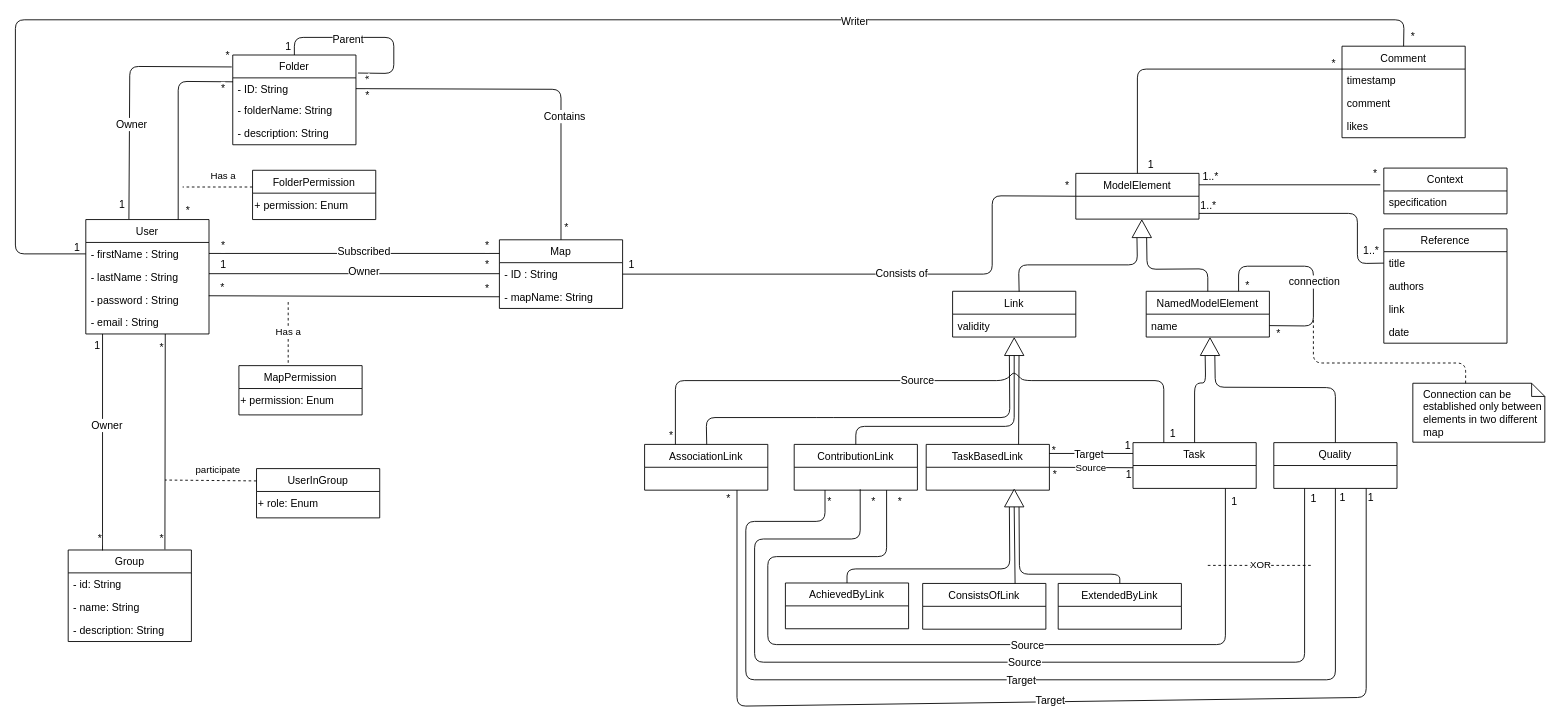
The draw.io diagram Class_Diagram.drawio in ilayFriedman/finalProject, before the edit. Source tidied: cells renumbered, new cells numbered last; positions are measured from the earlier drawing's top-left corner, leaving out a move shared by most shapes. Both pictures are drawn from the tidied source at 88%, with x=0, y=0 at pixel (15, 19).
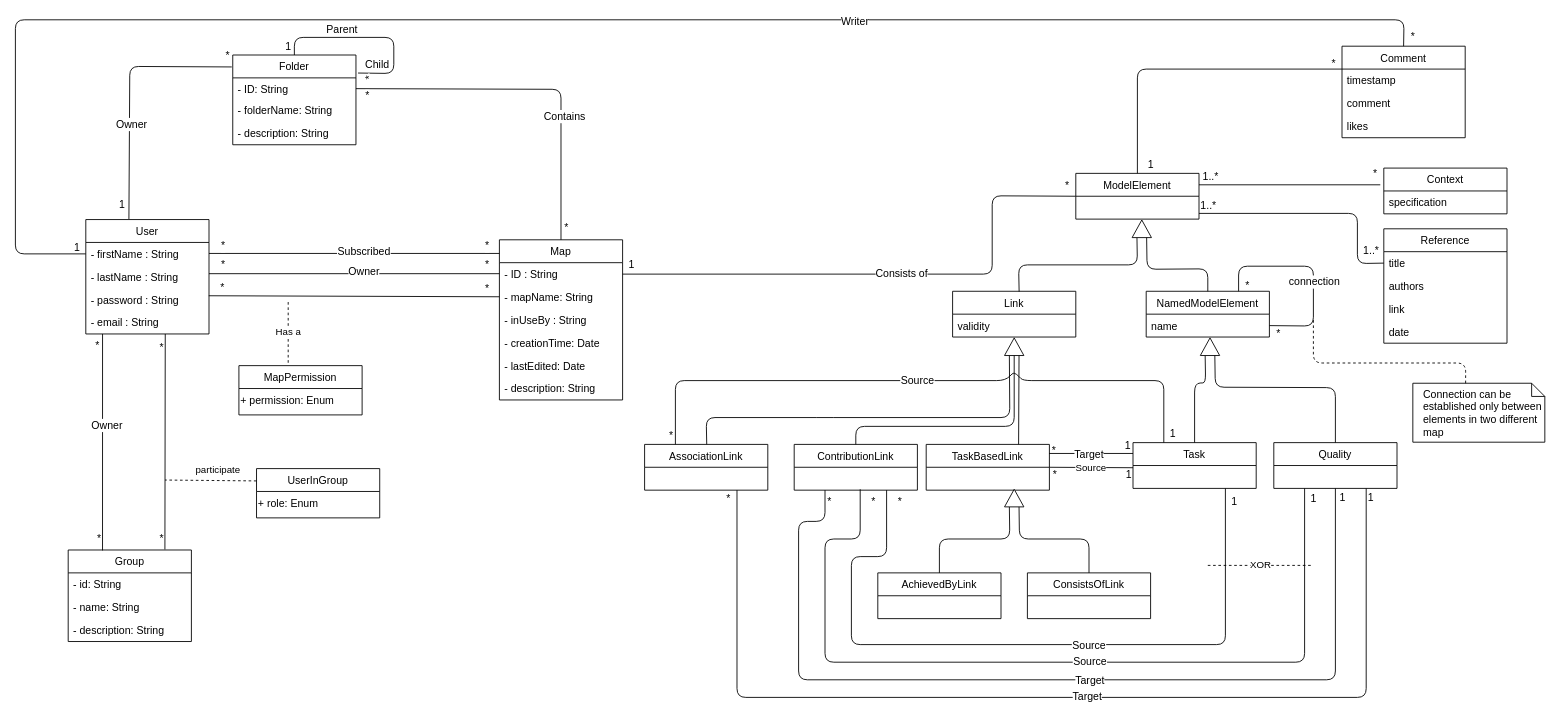
The same page after the edit.

Unchanged cells that the change refers to:
```xml
<mxCell id="2" value="User" style="swimlane;fontStyle=0;horizontal=1;startSize=26;fillColor=none;" parent="1" vertex="1">
  <mxGeometry x="80" y="227" width="140" height="130" as="geometry" />
</mxCell>
<mxCell id="17" value="- ID: String&#10;" style="text;strokeColor=none;fillColor=none;align=left;verticalAlign=top;spacingLeft=4;spacingRight=4;overflow=hidden;points=[[0,0.5],[1,0.5]];portConstraint=eastwest;" parent="16" vertex="1">
  <mxGeometry y="26" width="140" height="24" as="geometry" />
</mxCell>
<mxCell id="34" style="endArrow=none;html=1;entryX=1.017;entryY=0.201;entryDx=0;entryDy=0;exitX=0.5;exitY=0;exitDx=0;exitDy=0;entryPerimeter=0;" parent="1" edge="1" source="16" target="16">
  <mxGeometry relative="1" as="geometry">
    <Array as="points">
      <mxPoint x="317" y="20" />
      <mxPoint x="430" y="20" />
      <mxPoint x="430" y="61" />
    </Array>
  </mxGeometry>
</mxCell>
<mxCell id="75" value="Task" style="swimlane;fontStyle=0;horizontal=1;startSize=26;fillColor=none;" parent="1" vertex="1">
  <mxGeometry x="1270" y="480.5" width="140" height="52" as="geometry" />
</mxCell>
<mxCell id="76" value="Quality" style="swimlane;fontStyle=0;horizontal=1;startSize=26;fillColor=none;" parent="1" vertex="1">
  <mxGeometry x="1430" y="480.5" width="140" height="52" as="geometry" />
</mxCell>
<mxCell id="85" value="AssociationLink" style="swimlane;fontStyle=0;horizontal=1;startSize=26;fillColor=none;" parent="1" vertex="1">
  <mxGeometry x="715" y="482.5" width="140" height="52" as="geometry" />
</mxCell>
<mxCell id="86" value="ContributionLink" style="swimlane;fontStyle=0;horizontal=1;startSize=26;fillColor=none;" parent="1" vertex="1">
  <mxGeometry x="885" y="482.5" width="140" height="52" as="geometry" />
</mxCell>
<mxCell id="92" style="triangle;whiteSpace=wrap;html=1;rotation=-90;" parent="1" vertex="1">
  <mxGeometry x="1125" y="532.5" width="20" height="22" as="geometry" />
</mxCell>
```

Change to the diagram source:
```diff
@@
     <mxCell id="7" value="Map" style="swimlane;fontStyle=0;horizontal=1;startSize=26;fillColor=none;" parent="1" vertex="1">
-      <mxGeometry x="550" y="250" width="140" height="78" as="geometry" />
+      <mxGeometry x="550" y="250" width="140" height="182" as="geometry" />
     </mxCell>
@@
+    <mxCell id="149" value="- inUseBy : String" style="text;strokeColor=none;fillColor=none;align=left;verticalAlign=top;spacingLeft=4;spacingRight=4;overflow=hidden;" parent="7" vertex="1">
+      <mxGeometry y="78" width="140" height="26" as="geometry" />
+    </mxCell>
+    <mxCell id="150" value="- creationTime: Date" style="text;strokeColor=none;fillColor=none;align=left;verticalAlign=top;spacingLeft=4;spacingRight=4;overflow=hidden;" parent="7" vertex="1">
+      <mxGeometry y="104" width="140" height="26" as="geometry" />
+    </mxCell>
+    <mxCell id="151" value="- lastEdited: Date" style="text;strokeColor=none;fillColor=none;align=left;verticalAlign=top;spacingLeft=4;spacingRight=4;overflow=hidden;" parent="7" vertex="1">
+      <mxGeometry y="130" width="140" height="26" as="geometry" />
+    </mxCell>
+    <mxCell id="152" value="- description: String" style="text;strokeColor=none;fillColor=none;align=left;verticalAlign=top;spacingLeft=4;spacingRight=4;overflow=hidden;" parent="7" vertex="1">
+      <mxGeometry y="156" width="140" height="26" as="geometry" />
+    </mxCell>
@@
-    <mxCell id="22" value="FolderPermission" style="swimlane;fontStyle=0;horizontal=1;startSize=26;fillColor=none;" parent="1" vertex="1">
-      <mxGeometry x="269.5" y="171" width="140" height="56" as="geometry" />
-    </mxCell>
-    <mxCell id="23" value="+ permission: Enum" style="text;html=1;" parent="22" vertex="1">
-      <mxGeometry y="26" width="140" height="30" as="geometry" />
-    </mxCell>
@@
     <mxCell id="35" value="Parent" style="text;html=1;align=center;verticalAlign=middle;labelBackgroundColor=#ffffff;" parent="34" vertex="1">
-      <mxGeometry x="-0.25" y="-2" relative="1" as="geometry" />
+      <mxGeometry x="-0.25" y="-2" relative="1" as="geometry">
+        <mxPoint x="-7" y="-12" as="offset" />
+      </mxGeometry>
     </mxCell>
@@
-    <mxCell id="38" style="endArrow=none;html=1;exitX=0.75;exitY=0;exitDx=0;exitDy=0;entryX=0.002;entryY=0.186;entryDx=0;entryDy=0;entryPerimeter=0;" parent="1" edge="1" source="2" target="17">
-      <mxGeometry relative="1" as="geometry">
-        <Array as="points">
-          <mxPoint x="185" y="70" />
-        </Array>
-      </mxGeometry>
-    </mxCell>
-    <mxCell id="39" value="Has a" style="endArrow=none;dashed=1;html=1;" parent="1" edge="1">
-      <mxGeometry x="-0.15" y="-13" relative="1" as="geometry">
-        <mxPoint x="269.5" y="190" as="sourcePoint" />
-        <mxPoint x="190" y="190" as="targetPoint" />
-      </mxGeometry>
-    </mxCell>
@@
-    <mxCell id="45" value="*" style="text;html=1;align=center;verticalAlign=middle;labelBackgroundColor=#ffffff;" parent="1" vertex="1">
-      <mxGeometry x="229.9" y="91" as="geometry">
-        <mxPoint x="5.5" y="-13.5" as="offset" />
-      </mxGeometry>
-    </mxCell>
-    <mxCell id="46" value="*" style="text;html=1;align=center;verticalAlign=middle;labelBackgroundColor=#ffffff;" parent="1" vertex="1">
-      <mxGeometry x="189.9" y="230" as="geometry">
-        <mxPoint x="5.5" y="-13.5" as="offset" />
-      </mxGeometry>
-    </mxCell>
@@
-    <mxCell id="54" value="1" style="text;html=1;align=center;verticalAlign=middle;labelBackgroundColor=#ffffff;" parent="1" vertex="1">
+    <mxCell id="54" value="*" style="text;html=1;align=center;verticalAlign=middle;labelBackgroundColor=#ffffff;" parent="1" vertex="1">
       <mxGeometry x="243" y="288" as="geometry">
         <mxPoint x="-8" y="-9.5" as="offset" />
       </mxGeometry>
     </mxCell>
@@
     <mxCell id="57" value="*" style="text;html=1;align=center;verticalAlign=middle;labelBackgroundColor=#ffffff;" parent="1" vertex="1">
-      <mxGeometry x="89.9" y="602.5" as="geometry">
+      <mxGeometry x="88.9" y="602.5" as="geometry">
         <mxPoint x="5.5" y="-13.5" as="offset" />
       </mxGeometry>
     </mxCell>
-    <mxCell id="58" value="1" style="text;html=1;align=center;verticalAlign=middle;labelBackgroundColor=#ffffff;" parent="1" vertex="1">
+    <mxCell id="58" value="*" style="text;html=1;align=center;verticalAlign=middle;labelBackgroundColor=#ffffff;" parent="1" vertex="1">
       <mxGeometry x="100" y="380" as="geometry">
         <mxPoint x="-8" y="-9.5" as="offset" />
       </mxGeometry>
     </mxCell>
@@
-    <mxCell id="77" value="AchievedByLink" style="swimlane;fontStyle=0;horizontal=1;startSize=26;fillColor=none;" parent="1" vertex="1">
-      <mxGeometry x="875" y="640" width="140" height="52" as="geometry" />
-    </mxCell>
-    <mxCell id="78" value="ConsistsOfLink" style="swimlane;fontStyle=0;horizontal=1;startSize=26;fillColor=none;" parent="1" vertex="1">
-      <mxGeometry x="1031" y="640.5" width="140" height="52" as="geometry" />
-    </mxCell>
-    <mxCell id="79" value="ExtendedByLink" style="swimlane;fontStyle=0;horizontal=1;startSize=26;fillColor=none;" parent="1" vertex="1">
-      <mxGeometry x="1185" y="640.5" width="140" height="52" as="geometry" />
-    </mxCell>
@@
     <mxCell id="91" style="endArrow=none;html=1;exitX=0.5;exitY=0;exitDx=0;exitDy=0;entryX=0;entryY=0.25;entryDx=0;entryDy=0;" parent="1" edge="1" source="77" target="92">
       <mxGeometry relative="1" as="geometry">
         <Array as="points">
-          <mxPoint x="945" y="624" />
-          <mxPoint x="1130" y="624" />
+          <mxPoint x="1050" y="590" />
+          <mxPoint x="1130" y="590" />
         </Array>
       </mxGeometry>
     </mxCell>
@@
-    <mxCell id="93" style="endArrow=none;html=1;entryX=0;entryY=0.75;entryDx=0;entryDy=0;exitX=0.5;exitY=0;exitDx=0;exitDy=0;" parent="1" edge="1" source="79" target="92">
-      <mxGeometry relative="1" as="geometry">
-        <Array as="points">
-          <mxPoint x="1255" y="630" />
-          <mxPoint x="1141" y="630" />
-        </Array>
-      </mxGeometry>
-    </mxCell>
-    <mxCell id="94" style="endArrow=none;html=1;exitX=0.75;exitY=0;exitDx=0;exitDy=0;entryX=0;entryY=0.5;entryDx=0;entryDy=0;" parent="1" edge="1" source="78" target="92">
-      <mxGeometry relative="1" as="geometry" />
+    <mxCell id="94" style="endArrow=none;html=1;exitX=0.5;exitY=0;exitDx=0;exitDy=0;entryX=0;entryY=0.75;entryDx=0;entryDy=0;" parent="1" edge="1" source="78" target="92">
+      <mxGeometry relative="1" as="geometry">
+        <Array as="points">
+          <mxPoint x="1220" y="590" />
+          <mxPoint x="1141" y="590" />
+        </Array>
+      </mxGeometry>
     </mxCell>
@@
     <mxCell id="101" style="endArrow=none;html=1;exitX=0.75;exitY=1;exitDx=0;exitDy=0;entryX=0.75;entryY=1;entryDx=0;entryDy=0;" parent="1" edge="1" source="76" target="85">
       <mxGeometry relative="1" as="geometry">
         <Array as="points">
           <mxPoint x="1535" y="770" />
-          <mxPoint x="820" y="780" />
+          <mxPoint x="820" y="770" />
         </Array>
       </mxGeometry>
     </mxCell>
     <mxCell id="102" value="Target" style="text;html=1;align=center;verticalAlign=middle;labelBackgroundColor=#ffffff;" parent="101" vertex="1">
       <mxGeometry x="-0.01" y="-1" relative="1" as="geometry">
-        <mxPoint x="-4" as="offset" />
+        <mxPoint x="33.3" as="offset" />
       </mxGeometry>
     </mxCell>
     <mxCell id="103" style="endArrow=none;html=1;entryX=0.25;entryY=1;entryDx=0;entryDy=0;exitX=0.5;exitY=1;exitDx=0;exitDy=0;" parent="1" edge="1" source="76" target="86">
       <mxGeometry relative="1" as="geometry">
         <Array as="points">
           <mxPoint x="1500" y="750" />
-          <mxPoint x="830" y="750" />
-          <mxPoint x="830" y="570" />
+          <mxPoint x="890" y="750" />
+          <mxPoint x="890" y="570" />
           <mxPoint x="920" y="570" />
         </Array>
       </mxGeometry>
     </mxCell>
     <mxCell id="104" value="Target" style="text;html=1;align=center;verticalAlign=middle;labelBackgroundColor=#ffffff;" parent="103" vertex="1">
       <mxGeometry x="-0.05" y="2" relative="1" as="geometry">
-        <mxPoint x="-8" y="-2" as="offset" />
+        <mxPoint x="12.5" y="-2" as="offset" />
       </mxGeometry>
     </mxCell>
     <mxCell id="105" style="endArrow=none;html=1;entryX=0.25;entryY=1;entryDx=0;entryDy=0;exitX=0.25;exitY=1;exitDx=0;exitDy=0;" parent="1" edge="1" source="76">
       <mxGeometry relative="1" as="geometry">
         <mxPoint x="960" y="533.5" as="targetPoint" />
         <Array as="points">
           <mxPoint x="1465" y="730" />
-          <mxPoint x="840" y="730" />
-          <mxPoint x="840" y="590" />
+          <mxPoint x="920" y="730" />
+          <mxPoint x="920" y="590" />
           <mxPoint x="960" y="590" />
         </Array>
       </mxGeometry>
     </mxCell>
     <mxCell id="106" value="Source" style="text;html=1;align=center;verticalAlign=middle;labelBackgroundColor=#ffffff;" parent="105" vertex="1">
       <mxGeometry x="-0.65" y="-79" relative="1" as="geometry">
-        <mxPoint x="-316.9" y="79" as="offset" />
+        <mxPoint x="-166" y="25.8" as="offset" />
       </mxGeometry>
     </mxCell>
     <mxCell id="107" style="endArrow=none;html=1;entryX=0.75;entryY=1;entryDx=0;entryDy=0;exitX=0.75;exitY=1;exitDx=0;exitDy=0;" parent="1" edge="1" source="86" target="75">
       <mxGeometry relative="1" as="geometry">
         <Array as="points">
           <mxPoint x="990" y="610" />
-          <mxPoint x="855" y="610" />
-          <mxPoint x="855" y="710" />
+          <mxPoint x="950" y="610" />
+          <mxPoint x="950" y="710" />
           <mxPoint x="1375" y="710" />
         </Array>
       </mxGeometry>
     </mxCell>
     <mxCell id="108" value="Source" style="text;html=1;align=center;verticalAlign=middle;labelBackgroundColor=#ffffff;" parent="107" vertex="1">
-      <mxGeometry x="0.2" relative="1" as="geometry" />
+      <mxGeometry x="0.2" relative="1" as="geometry">
+        <mxPoint x="-6.2" as="offset" />
+      </mxGeometry>
     </mxCell>
@@
+    <mxCell id="77" value="AchievedByLink" style="swimlane;fontStyle=0;horizontal=1;startSize=26;fillColor=none;" parent="1" vertex="1">
+      <mxGeometry x="980" y="628.5" width="140" height="52" as="geometry" />
+    </mxCell>
+    <mxCell id="78" value="ConsistsOfLink" style="swimlane;fontStyle=0;horizontal=1;startSize=26;fillColor=none;" parent="1" vertex="1">
+      <mxGeometry x="1150" y="628.5" width="140" height="52" as="geometry" />
+    </mxCell>
+    <mxCell id="153" value="Child" style="text;html=1;align=center;verticalAlign=middle;labelBackgroundColor=#ffffff;" parent="1" vertex="1">
+      <mxGeometry x="410" y="50" as="geometry" />
+    </mxCell>
```
